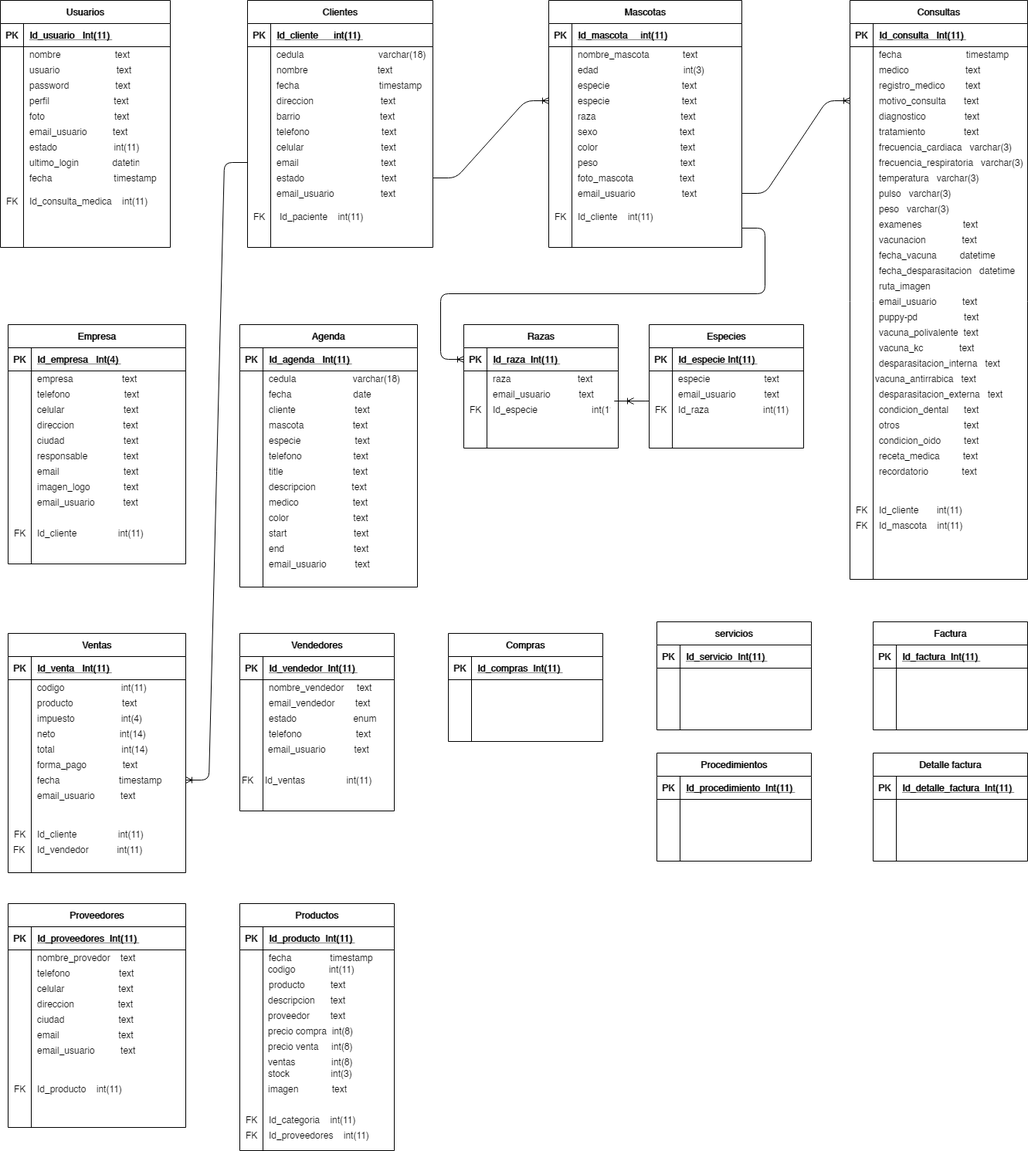
The draw.io diagram Untitled Diagram.png in heberthm/ejemplos-blog, before a commit. Source tidied: cells renumbered, new cells last; positions are measured from the earlier drawing's top-left corner, leaving out a move shared by most shapes.
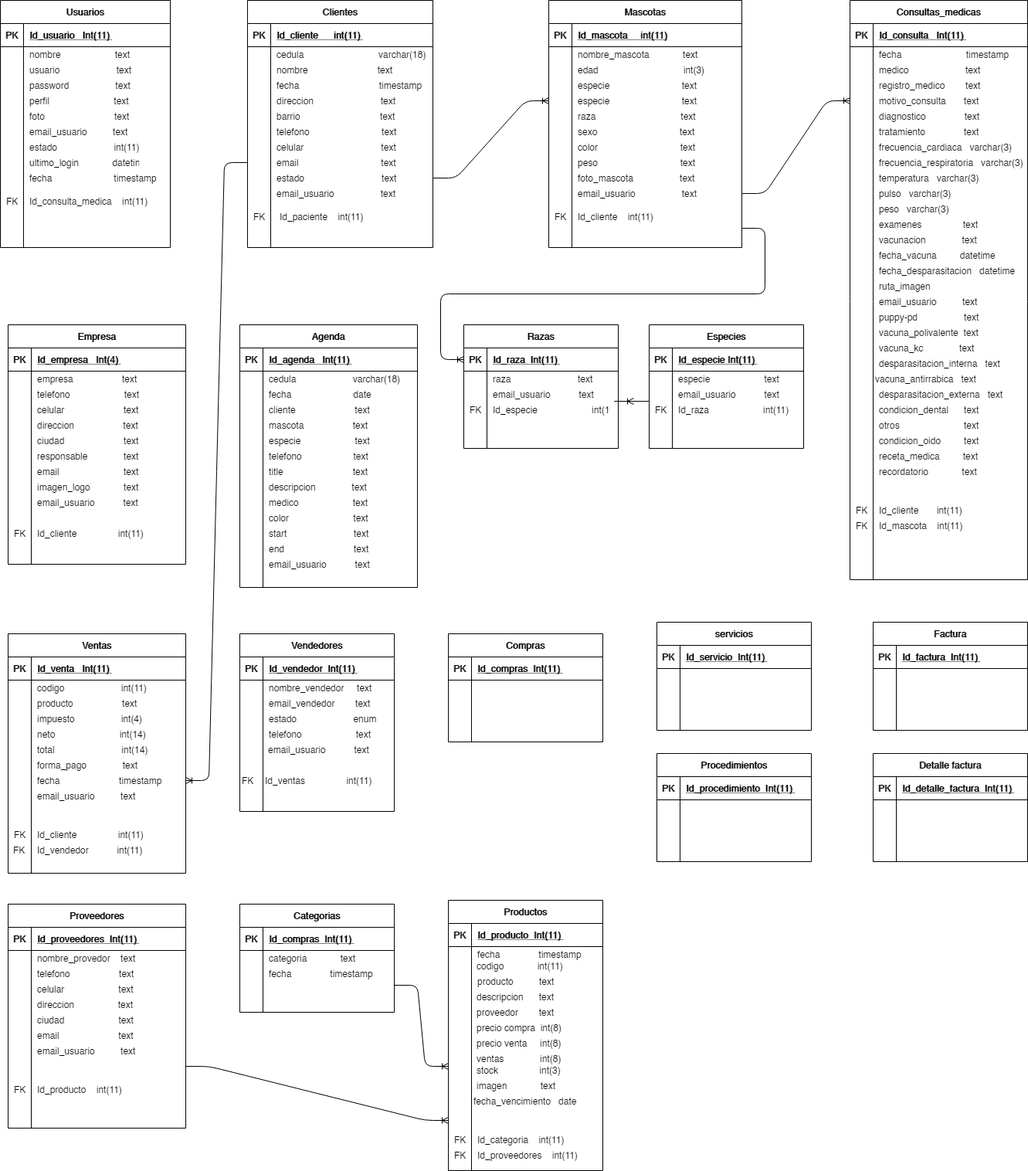
Later version of the same file.

The edit, as a diff of the source:
```diff
@@ -524,7 +524,7 @@
     <mxCell id="175" value="end                           text" style="shape=partialRectangle;fillColor=none;top=0;left=0;bottom=0;right=0;align=left;spacingLeft=6;overflow=hidden;" parent="173" vertex="1">
       <mxGeometry x="30" width="200" height="20" as="geometry" />
     </mxCell>
-    <mxCell id="176" value="Consultas" style="shape=table;startSize=30;rowLines=0;fontStyle=1;align=center;" parent="1" vertex="1">
+    <mxCell id="176" value="Consultas_medicas" style="shape=table;startSize=30;rowLines=0;fontStyle=1;align=center;" parent="1" vertex="1">
       <mxGeometry x="1100" width="230" height="750" as="geometry" />
     </mxCell>
     <mxCell id="177" style="shape=partialRectangle;fillColor=none;top=0;left=0;bottom=1;right=0;" parent="176" vertex="1">
@@ -976,18 +976,6 @@
     <mxCell id="324" value="email_usuario          text" style="shape=partialRectangle;fillColor=none;top=0;left=0;bottom=0;right=0;align=left;spacingLeft=6;overflow=hidden;" parent="1" vertex="1">
       <mxGeometry x="40" y="1350" width="200" height="20" as="geometry" />
     </mxCell>
-    <mxCell id="325" value="Productos" style="shape=table;startSize=30;rowLines=0;fontStyle=1;align=center;" parent="1" vertex="1">
-      <mxGeometry x="310" y="1170" width="200" height="320" as="geometry" />
-    </mxCell>
-    <mxCell id="326" style="shape=partialRectangle;fillColor=none;top=0;left=0;bottom=1;right=0;" parent="325" vertex="1">
-      <mxGeometry y="30" width="200" height="30" as="geometry" />
-    </mxCell>
-    <mxCell id="327" value="PK" style="shape=partialRectangle;fillColor=none;top=0;left=0;bottom=0;right=0;fontStyle=1;overflow=hidden;" parent="326" vertex="1">
-      <mxGeometry width="30" height="30" as="geometry" />
-    </mxCell>
-    <mxCell id="328" value="Id_producto  Int(11) " style="shape=partialRectangle;fillColor=none;top=0;left=0;bottom=0;right=0;align=left;spacingLeft=6;fontStyle=5;overflow=hidden;" parent="326" vertex="1">
-      <mxGeometry x="30" width="170" height="30" as="geometry" />
-    </mxCell>
     <mxCell id="329" style="shape=partialRectangle;fillColor=none;top=0;left=0;bottom=0;right=0;" parent="1" vertex="1">
       <mxGeometry x="310" y="920" width="200" height="20" as="geometry" />
     </mxCell>
@@ -1004,52 +992,96 @@
       <mxGeometry x="340" y="940" width="170" height="20" as="geometry" />
     </mxCell>
     <mxCell id="334" value="fecha               timestamp" style="shape=partialRectangle;fillColor=none;top=0;left=0;bottom=0;right=0;align=left;spacingLeft=6;overflow=hidden;" parent="1" vertex="1">
-      <mxGeometry x="340" y="1230" width="170" height="20" as="geometry" />
+      <mxGeometry x="610" y="1225" width="170" height="20" as="geometry" />
     </mxCell>
     <mxCell id="335" value="codigo             int(11)" style="shape=partialRectangle;fillColor=none;top=0;left=0;bottom=0;right=0;align=left;spacingLeft=6;overflow=hidden;" parent="1" vertex="1">
-      <mxGeometry x="339" y="1245" width="170" height="20" as="geometry" />
+      <mxGeometry x="609" y="1240" width="170" height="20" as="geometry" />
     </mxCell>
     <mxCell id="336" value="descripcion      text" style="shape=partialRectangle;fillColor=none;top=0;left=0;bottom=0;right=0;align=left;spacingLeft=6;overflow=hidden;" parent="1" vertex="1">
-      <mxGeometry x="339" y="1285" width="170" height="20" as="geometry" />
+      <mxGeometry x="609" y="1280" width="170" height="20" as="geometry" />
     </mxCell>
     <mxCell id="337" value="proveedor        text" style="shape=partialRectangle;fillColor=none;top=0;left=0;bottom=0;right=0;align=left;spacingLeft=6;overflow=hidden;" parent="1" vertex="1">
-      <mxGeometry x="339" y="1305" width="170" height="20" as="geometry" />
+      <mxGeometry x="609" y="1300" width="170" height="20" as="geometry" />
     </mxCell>
     <mxCell id="338" value="precio compra  int(8)" style="shape=partialRectangle;fillColor=none;top=0;left=0;bottom=0;right=0;align=left;spacingLeft=6;overflow=hidden;" parent="1" vertex="1">
-      <mxGeometry x="339" y="1325" width="170" height="20" as="geometry" />
+      <mxGeometry x="609" y="1320" width="170" height="20" as="geometry" />
     </mxCell>
     <mxCell id="339" value="precio venta     int(8)" style="shape=partialRectangle;fillColor=none;top=0;left=0;bottom=0;right=0;align=left;spacingLeft=6;overflow=hidden;" parent="1" vertex="1">
-      <mxGeometry x="339" y="1345" width="170" height="20" as="geometry" />
+      <mxGeometry x="609" y="1340" width="170" height="20" as="geometry" />
     </mxCell>
     <mxCell id="340" value="producto          text" style="shape=partialRectangle;fillColor=none;top=0;left=0;bottom=0;right=0;align=left;spacingLeft=6;overflow=hidden;" parent="1" vertex="1">
-      <mxGeometry x="340" y="1265" width="170" height="20" as="geometry" />
+      <mxGeometry x="610" y="1260" width="170" height="20" as="geometry" />
     </mxCell>
     <mxCell id="341" value="stock                int(3)" style="shape=partialRectangle;fillColor=none;top=0;left=0;bottom=0;right=0;align=left;spacingLeft=6;overflow=hidden;" parent="1" vertex="1">
-      <mxGeometry x="339" y="1380" width="170" height="20" as="geometry" />
+      <mxGeometry x="609" y="1375" width="170" height="20" as="geometry" />
     </mxCell>
     <mxCell id="342" value="imagen             text" style="shape=partialRectangle;fillColor=none;top=0;left=0;bottom=0;right=0;align=left;spacingLeft=6;overflow=hidden;" parent="1" vertex="1">
-      <mxGeometry x="339" y="1400" width="170" height="20" as="geometry" />
+      <mxGeometry x="609" y="1395" width="170" height="20" as="geometry" />
     </mxCell>
     <mxCell id="343" value="ventas              int(8)" style="shape=partialRectangle;fillColor=none;top=0;left=0;bottom=0;right=0;align=left;spacingLeft=6;overflow=hidden;" parent="1" vertex="1">
-      <mxGeometry x="339" y="1365" width="170" height="20" as="geometry" />
+      <mxGeometry x="609" y="1360" width="170" height="20" as="geometry" />
     </mxCell>
-    <mxCell id="344" value="Id_categoria    int(11)" style="shape=partialRectangle;fillColor=none;top=0;left=0;bottom=0;right=0;align=left;spacingLeft=6;overflow=hidden;" parent="1" vertex="1">
-      <mxGeometry x="340" y="1440" width="170" height="20" as="geometry" />
-    </mxCell>
-    <mxCell id="345" value="Id_proveedores    int(11)" style="shape=partialRectangle;fillColor=none;top=0;left=0;bottom=0;right=0;align=left;spacingLeft=6;overflow=hidden;" parent="1" vertex="1">
-      <mxGeometry x="340" y="1460" width="170" height="20" as="geometry" />
+    <mxCell id="345" value="fecha_vencimiento   date" style="shape=partialRectangle;fillColor=none;top=0;left=0;bottom=0;right=0;align=left;spacingLeft=6;overflow=hidden;" parent="1" vertex="1">
+      <mxGeometry x="605" y="1415" width="170" height="20" as="geometry" />
     </mxCell>
     <mxCell id="346" value="Id_producto    int(11)" style="shape=partialRectangle;fillColor=none;top=0;left=0;bottom=0;right=0;align=left;spacingLeft=6;overflow=hidden;" parent="1" vertex="1">
       <mxGeometry x="40" y="1400" width="170" height="20" as="geometry" />
     </mxCell>
     <mxCell id="347" value="FK" style="shape=partialRectangle;fillColor=none;top=0;left=0;bottom=0;right=0;align=left;spacingLeft=6;overflow=hidden;" parent="1" vertex="1">
-      <mxGeometry x="310" y="1460" width="40" height="20" as="geometry" />
+      <mxGeometry x="580" y="1485" width="40" height="20" as="geometry" />
     </mxCell>
     <mxCell id="348" value="FK" style="shape=partialRectangle;fillColor=none;top=0;left=0;bottom=0;right=0;align=left;spacingLeft=6;overflow=hidden;" parent="1" vertex="1">
-      <mxGeometry x="310" y="1440" width="40" height="20" as="geometry" />
+      <mxGeometry x="580" y="1465" width="40" height="20" as="geometry" />
     </mxCell>
     <mxCell id="349" value="FK" style="shape=partialRectangle;fillColor=none;top=0;left=0;bottom=0;right=0;align=left;spacingLeft=6;overflow=hidden;" parent="1" vertex="1">
       <mxGeometry x="10" y="1400" width="40" height="20" as="geometry" />
     </mxCell>
+    <mxCell id="350" value="Id_proveedores    int(11)" style="shape=partialRectangle;fillColor=none;top=0;left=0;bottom=0;right=0;align=left;spacingLeft=6;overflow=hidden;" parent="1" vertex="1">
+      <mxGeometry x="610" y="1485" width="170" height="20" as="geometry" />
+    </mxCell>
+    <mxCell id="344" value="Id_categoria    int(11)" style="shape=partialRectangle;fillColor=none;top=0;left=0;bottom=0;right=0;align=left;spacingLeft=6;overflow=hidden;" parent="1" vertex="1">
+      <mxGeometry x="610" y="1465" width="170" height="20" as="geometry" />
+    </mxCell>
+    <mxCell id="351" value="categoria             text" style="shape=partialRectangle;fillColor=none;top=0;left=0;bottom=0;right=0;align=left;spacingLeft=6;overflow=hidden;" parent="1" vertex="1">
+      <mxGeometry x="340" y="1230" width="170" height="20" as="geometry" />
+    </mxCell>
+    <mxCell id="352" value="fecha               timestamp" style="shape=partialRectangle;fillColor=none;top=0;left=0;bottom=0;right=0;align=left;spacingLeft=6;overflow=hidden;" parent="1" vertex="1">
+      <mxGeometry x="340" y="1250" width="170" height="20" as="geometry" />
+    </mxCell>
+    <mxCell id="353" value="Categorias" style="shape=table;startSize=30;rowLines=0;fontStyle=1;align=center;" parent="1" vertex="1">
+      <mxGeometry x="310" y="1170" width="200" height="140" as="geometry" />
+    </mxCell>
+    <mxCell id="354" style="shape=partialRectangle;fillColor=none;top=0;left=0;bottom=1;right=0;" parent="353" vertex="1">
+      <mxGeometry y="30" width="200" height="30" as="geometry" />
+    </mxCell>
+    <mxCell id="355" value="PK" style="shape=partialRectangle;fillColor=none;top=0;left=0;bottom=0;right=0;fontStyle=1;overflow=hidden;" parent="354" vertex="1">
+      <mxGeometry width="30" height="30" as="geometry" />
+    </mxCell>
+    <mxCell id="356" value="Id_compras  Int(11) " style="shape=partialRectangle;fillColor=none;top=0;left=0;bottom=0;right=0;align=left;spacingLeft=6;fontStyle=5;overflow=hidden;" parent="354" vertex="1">
+      <mxGeometry x="30" width="170" height="30" as="geometry" />
+    </mxCell>
+    <mxCell id="325" value="Productos" style="shape=table;startSize=30;rowLines=0;fontStyle=1;align=center;" parent="1" vertex="1">
+      <mxGeometry x="580" y="1165" width="200" height="350" as="geometry" />
+    </mxCell>
+    <mxCell id="326" style="shape=partialRectangle;fillColor=none;top=0;left=0;bottom=1;right=0;" parent="325" vertex="1">
+      <mxGeometry y="30" width="200" height="30" as="geometry" />
+    </mxCell>
+    <mxCell id="327" value="PK" style="shape=partialRectangle;fillColor=none;top=0;left=0;bottom=0;right=0;fontStyle=1;overflow=hidden;" parent="326" vertex="1">
+      <mxGeometry width="30" height="30" as="geometry" />
+    </mxCell>
+    <mxCell id="328" value="Id_producto  Int(11) " style="shape=partialRectangle;fillColor=none;top=0;left=0;bottom=0;right=0;align=left;spacingLeft=6;fontStyle=5;overflow=hidden;" parent="326" vertex="1">
+      <mxGeometry x="30" width="170" height="30" as="geometry" />
+    </mxCell>
+    <mxCell id="357" style="edgeStyle=entityRelationEdgeStyle;fontSize=12;html=1;endArrow=ERoneToMany;exitX=1;exitY=0.75;exitDx=0;exitDy=0;" parent="1" edge="1" source="353">
+      <mxGeometry relative="1" as="geometry">
+        <mxPoint x="580" y="1380" as="targetPoint" />
+      </mxGeometry>
+    </mxCell>
+    <mxCell id="358" style="edgeStyle=entityRelationEdgeStyle;fontSize=12;html=1;endArrow=ERoneToMany;" parent="1" edge="1">
+      <mxGeometry relative="1" as="geometry">
+        <mxPoint x="240" y="1380" as="sourcePoint" />
+        <mxPoint x="580" y="1450" as="targetPoint" />
+      </mxGeometry>
+    </mxCell>
   </root>
 </mxGraphModel>
```
